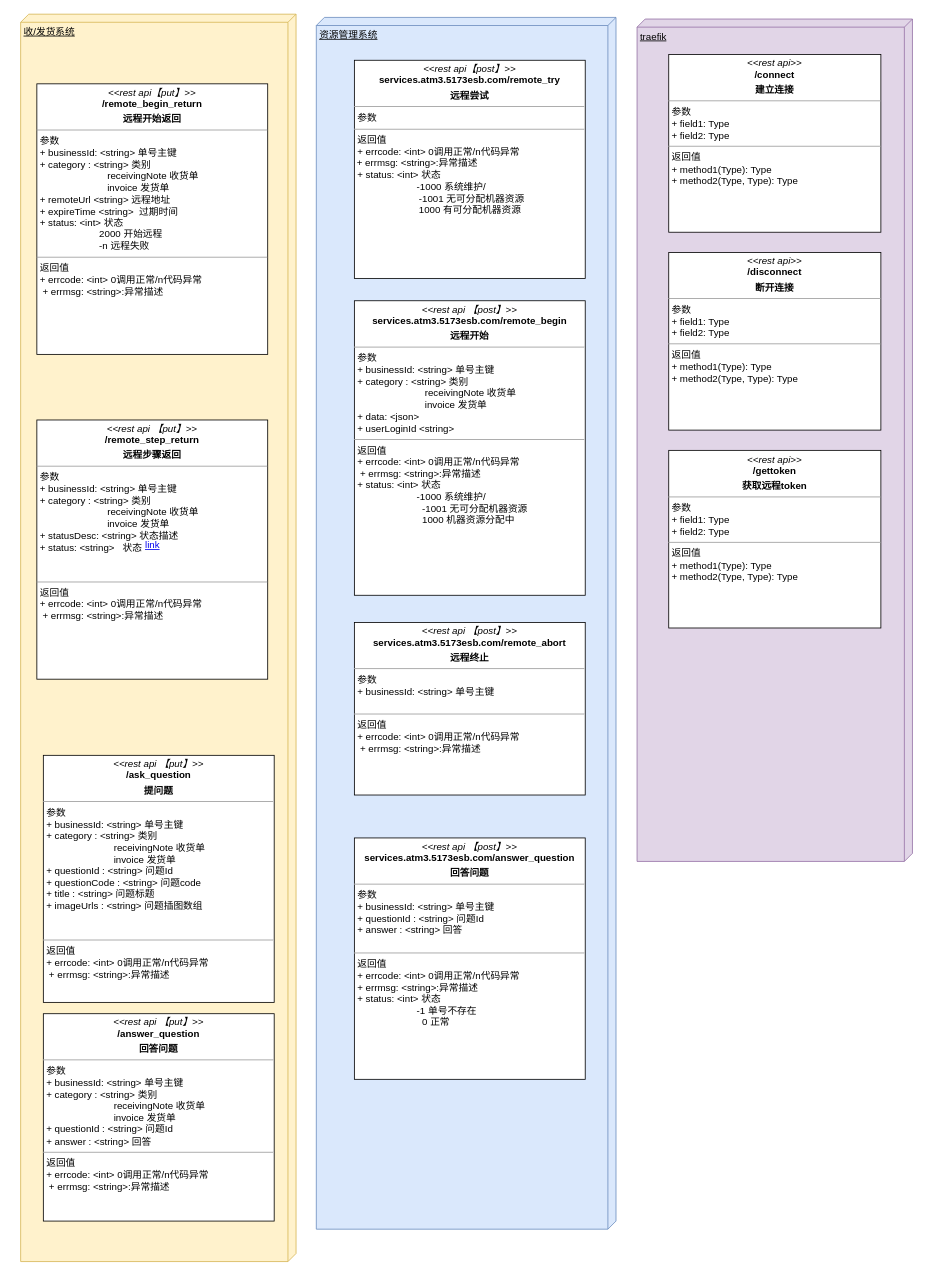
Earlier version of the draw.io diagram 接口.drawio (yelisheng/atm-design). Source tidied: cells renumbered, new cells numbered last; positions are measured from the earlier drawing's top-left corner, leaving out a move shared by most shapes. Both pictures are drawn from the tidied source at 81%, with x=0, y=0 at pixel (20, 14).
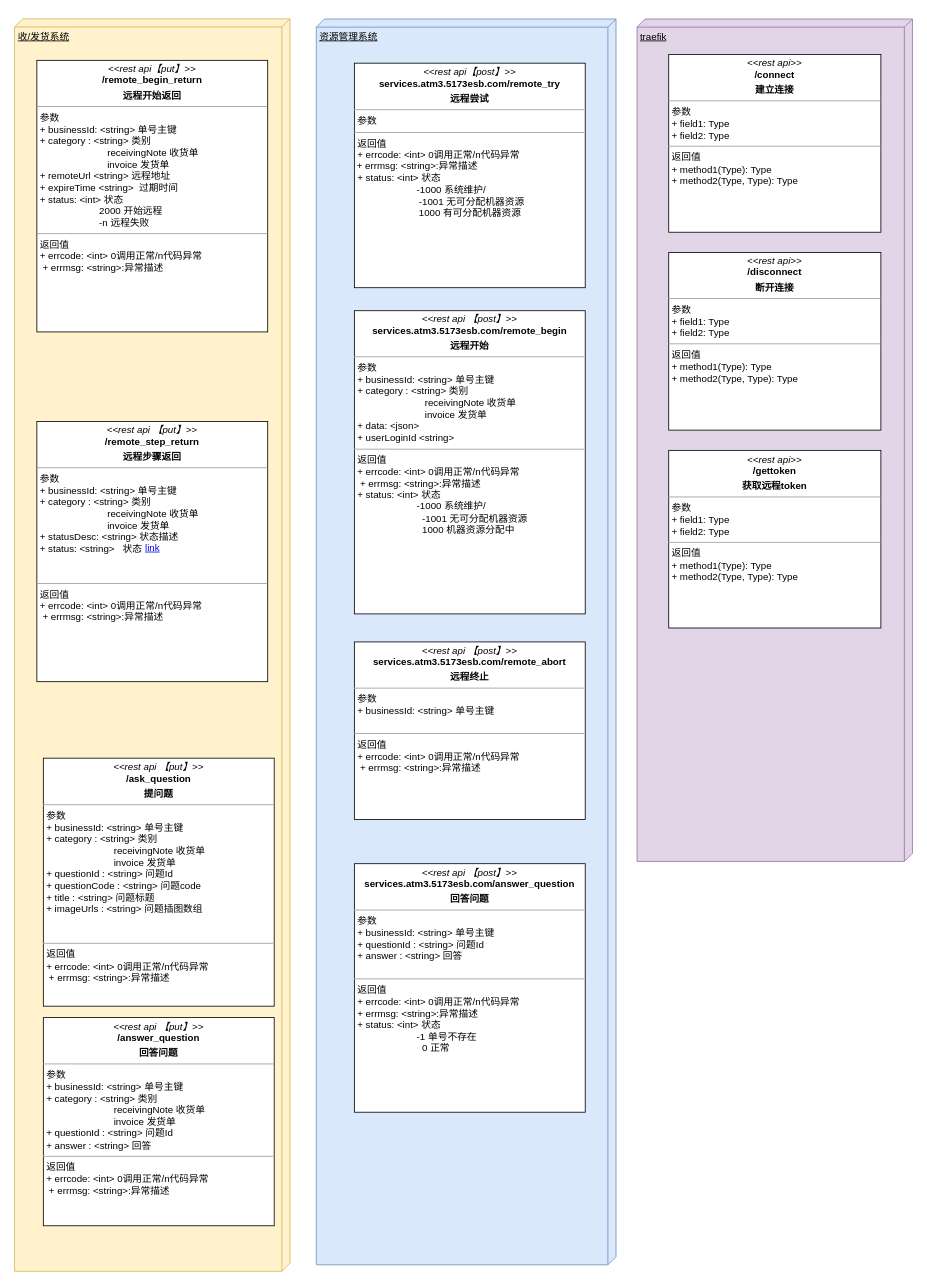
The same page after the edit.

Diff of the diagram source:
```diff
@@
+    <mxCell id="6" value="收/发货系统" style="verticalAlign=top;align=left;spacingTop=8;spacingLeft=2;spacingRight=12;shape=cube;size=10;direction=south;fontStyle=4;html=1;fillColor=#fff2cc;strokeColor=#d6b656;" parent="1" vertex="1">
+      <mxGeometry x="-7.5" y="5.8" width="340" height="1546.2" as="geometry" />
+    </mxCell>
@@
     <mxCell id="5" style="group;" parent="1" vertex="1">
-      <mxGeometry y="50" width="340" height="1490" as="geometry" />
+      <mxGeometry y="50" width="340" height="1496" as="geometry" />
     </mxCell>
-    <mxCell id="6" value="收/发货系统" style="verticalAlign=top;align=left;spacingTop=8;spacingLeft=2;spacingRight=12;shape=cube;size=10;direction=south;fontStyle=4;html=1;fillColor=#fff2cc;strokeColor=#d6b656;" parent="5" vertex="1">
-      <mxGeometry y="-50" width="340" height="1540" as="geometry" />
-    </mxCell>
     <mxCell id="7" value="&lt;p style=&quot;margin: 0px ; margin-top: 4px ; text-align: center&quot;&gt;&lt;i&gt;&amp;lt;&amp;lt;rest api【put】&amp;gt;&amp;gt;&lt;/i&gt;&lt;br&gt;&lt;b&gt;/remote_begin_return&lt;/b&gt;&lt;/p&gt;&lt;p style=&quot;margin: 0px ; margin-top: 4px ; text-align: center&quot;&gt;&lt;b&gt;远程开始返回&lt;/b&gt;&lt;/p&gt;&lt;hr size=&quot;1&quot;&gt;&lt;p style=&quot;margin: 0px ; margin-left: 4px&quot;&gt;参数&lt;/p&gt;&lt;p style=&quot;margin: 0px 0px 0px 4px&quot;&gt;+ businessId: &amp;lt;string&amp;gt; 单号主键&lt;/p&gt;&lt;p style=&quot;margin: 0px 0px 0px 4px&quot;&gt;+ category : &amp;lt;string&amp;gt; 类别&amp;nbsp;&lt;/p&gt;&lt;p style=&quot;margin: 0px 0px 0px 4px&quot;&gt;&amp;nbsp; &amp;nbsp; &amp;nbsp; &amp;nbsp; &amp;nbsp; &amp;nbsp; &amp;nbsp; &amp;nbsp; &amp;nbsp; &amp;nbsp; &amp;nbsp; &amp;nbsp; &amp;nbsp;receivingNote 收货单&lt;/p&gt;&lt;p style=&quot;margin: 0px 0px 0px 4px&quot;&gt;&amp;nbsp; &amp;nbsp; &amp;nbsp; &amp;nbsp; &amp;nbsp; &amp;nbsp; &amp;nbsp; &amp;nbsp; &amp;nbsp; &amp;nbsp; &amp;nbsp; &amp;nbsp; &amp;nbsp;invoice 发货单&lt;/p&gt;&lt;p style=&quot;margin: 0px 0px 0px 4px&quot;&gt;+ remoteUrl &amp;lt;string&amp;gt; 远程地址&lt;/p&gt;&lt;p style=&quot;margin: 0px 0px 0px 4px&quot;&gt;+ expireTime &amp;lt;string&amp;gt;&amp;nbsp; 过期时间&lt;/p&gt;&lt;p style=&quot;margin: 0px 0px 0px 4px&quot;&gt;+ status:&lt;span&gt;&amp;nbsp;&lt;/span&gt;&lt;span&gt;&amp;lt;int&amp;gt; 状态&amp;nbsp;&lt;/span&gt;&lt;/p&gt;&lt;p style=&quot;margin: 0px 0px 0px 4px&quot;&gt;&lt;span style=&quot;font-family: , , &amp;#34;pingfang sc&amp;#34; , &amp;#34;helvetica&amp;#34; , &amp;#34;tahoma&amp;#34; , &amp;#34;arial&amp;#34; , &amp;#34;hiragino sans gb&amp;#34; , &amp;#34;microsoft yahei&amp;#34; , &amp;#34;simsun&amp;#34; , &amp;#34;heiti&amp;#34; , sans-serif ; white-space: pre-wrap ; background-color: rgb(255 , 255 , 255)&quot;&gt;                      2000 开始远程&lt;/span&gt;&lt;span&gt;&lt;br&gt;&lt;/span&gt;&lt;/p&gt;&lt;p style=&quot;margin: 0px 0px 0px 4px&quot;&gt;&amp;nbsp; &amp;nbsp; &amp;nbsp; &amp;nbsp; &amp;nbsp; &amp;nbsp; &amp;nbsp; &amp;nbsp; &amp;nbsp; &amp;nbsp; &amp;nbsp; -n 远程失败&lt;/p&gt;&lt;hr size=&quot;1&quot;&gt;&lt;p style=&quot;margin: 0px ; margin-left: 4px&quot;&gt;返回值&lt;/p&gt;&lt;p style=&quot;margin: 0px 0px 0px 4px&quot;&gt;+ errcode: &amp;lt;int&amp;gt; 0调用正常/n代码异常&amp;nbsp;&lt;/p&gt;&lt;p style=&quot;margin: 0px ; margin-left: 4px&quot;&gt;&amp;nbsp;+&amp;nbsp;errmsg: &amp;lt;string&amp;gt;:异常描述&lt;br&gt;&lt;/p&gt;" style="verticalAlign=top;align=left;overflow=fill;fontSize=12;fontFamily=Helvetica;html=1;" parent="5" vertex="1">
-      <mxGeometry x="20" y="36" width="285" height="334" as="geometry" />
+      <mxGeometry x="20" y="7" width="285" height="335.3" as="geometry" />
     </mxCell>
     <mxCell id="8" value="&lt;p style=&quot;margin: 0px ; margin-top: 4px ; text-align: center&quot;&gt;&lt;i&gt;&amp;lt;&amp;lt;rest api 【put】&amp;gt;&amp;gt;&lt;/i&gt;&lt;br&gt;&lt;b&gt;/remote_step_return&lt;/b&gt;&lt;/p&gt;&lt;p style=&quot;margin: 0px ; margin-top: 4px ; text-align: center&quot;&gt;&lt;b&gt;远程步骤返回&lt;/b&gt;&lt;/p&gt;&lt;hr size=&quot;1&quot;&gt;&lt;p style=&quot;margin: 0px ; margin-left: 4px&quot;&gt;参数&lt;/p&gt;&lt;p style=&quot;margin: 0px 0px 0px 4px&quot;&gt;+ businessId: &amp;lt;string&amp;gt; 单号主键&lt;/p&gt;&lt;p style=&quot;margin: 0px 0px 0px 4px&quot;&gt;+ category : &amp;lt;string&amp;gt; 类别&amp;nbsp;&lt;/p&gt;&lt;p style=&quot;margin: 0px 0px 0px 4px&quot;&gt;&amp;nbsp; &amp;nbsp; &amp;nbsp; &amp;nbsp; &amp;nbsp; &amp;nbsp; &amp;nbsp; &amp;nbsp; &amp;nbsp; &amp;nbsp; &amp;nbsp; &amp;nbsp; &amp;nbsp;receivingNote 收货单&lt;/p&gt;&lt;p style=&quot;margin: 0px 0px 0px 4px&quot;&gt;&amp;nbsp; &amp;nbsp; &amp;nbsp; &amp;nbsp; &amp;nbsp; &amp;nbsp; &amp;nbsp; &amp;nbsp; &amp;nbsp; &amp;nbsp; &amp;nbsp; &amp;nbsp; &amp;nbsp;invoice 发货单&lt;/p&gt;&lt;p style=&quot;margin: 0px 0px 0px 4px&quot;&gt;+ statusDesc: &amp;lt;string&amp;gt; 状态描述&lt;/p&gt;&lt;p style=&quot;margin: 0px 0px 0px 4px&quot;&gt;+ status: &amp;lt;string&amp;gt;&amp;nbsp; &amp;nbsp;状态&lt;/p&gt;&lt;p style=&quot;margin: 0px 0px 0px 4px&quot;&gt;&amp;nbsp; &amp;nbsp; &amp;nbsp; &amp;nbsp; &amp;nbsp; &amp;nbsp; &amp;nbsp; &amp;nbsp;&lt;/p&gt;&lt;p style=&quot;margin: 0px 0px 0px 4px&quot;&gt;&amp;nbsp; &amp;nbsp; &amp;nbsp; &amp;nbsp; &amp;nbsp; &amp;nbsp; &amp;nbsp; &amp;nbsp;&lt;/p&gt;&lt;hr size=&quot;1&quot;&gt;&lt;p style=&quot;margin: 0px ; margin-left: 4px&quot;&gt;返回值&lt;/p&gt;&lt;p style=&quot;margin: 0px 0px 0px 4px&quot;&gt;+ errcode: &amp;lt;int&amp;gt; 0调用正常/n代码异常&amp;nbsp;&lt;/p&gt;&lt;p style=&quot;margin: 0px 0px 0px 4px&quot;&gt;&amp;nbsp;+&amp;nbsp;errmsg: &amp;lt;string&amp;gt;:异常描述&lt;/p&gt;" style="verticalAlign=top;align=left;overflow=fill;fontSize=12;fontFamily=Helvetica;html=1;" parent="5" vertex="1">
-      <mxGeometry x="20" y="451" width="285" height="320" as="geometry" />
+      <mxGeometry x="20" y="452.8" width="285" height="321.3" as="geometry" />
     </mxCell>
     <mxCell id="9" value="&lt;p style=&quot;margin: 0px ; margin-top: 4px ; text-align: center&quot;&gt;&lt;i&gt;&amp;lt;&amp;lt;rest api 【put】&amp;gt;&amp;gt;&lt;/i&gt;&lt;br&gt;&lt;b&gt;/ask_question&lt;/b&gt;&lt;/p&gt;&lt;p style=&quot;margin: 0px ; margin-top: 4px ; text-align: center&quot;&gt;&lt;b&gt;提问题&lt;/b&gt;&lt;/p&gt;&lt;hr size=&quot;1&quot;&gt;&lt;p style=&quot;margin: 0px ; margin-left: 4px&quot;&gt;参数&lt;/p&gt;&lt;p style=&quot;margin: 0px 0px 0px 4px&quot;&gt;+ businessId: &amp;lt;string&amp;gt; 单号主键&lt;/p&gt;&lt;p style=&quot;margin: 0px 0px 0px 4px&quot;&gt;+ category : &amp;lt;string&amp;gt; 类别&amp;nbsp;&lt;/p&gt;&lt;p style=&quot;margin: 0px 0px 0px 4px&quot;&gt;&amp;nbsp; &amp;nbsp; &amp;nbsp; &amp;nbsp; &amp;nbsp; &amp;nbsp; &amp;nbsp; &amp;nbsp; &amp;nbsp; &amp;nbsp; &amp;nbsp; &amp;nbsp; &amp;nbsp;receivingNote 收货单&lt;/p&gt;&lt;p style=&quot;margin: 0px 0px 0px 4px&quot;&gt;&amp;nbsp; &amp;nbsp; &amp;nbsp; &amp;nbsp; &amp;nbsp; &amp;nbsp; &amp;nbsp; &amp;nbsp; &amp;nbsp; &amp;nbsp; &amp;nbsp; &amp;nbsp; &amp;nbsp;invoice 发货单&lt;/p&gt;&lt;p style=&quot;margin: 0px 0px 0px 4px&quot;&gt;+ questionId : &amp;lt;string&amp;gt; 问题Id&amp;nbsp;&lt;br&gt;&lt;/p&gt;&lt;p style=&quot;margin: 0px 0px 0px 4px&quot;&gt;+ questionCode : &amp;lt;string&amp;gt; 问题code&lt;/p&gt;&lt;p style=&quot;margin: 0px 0px 0px 4px&quot;&gt;+ title : &amp;lt;string&amp;gt; 问题标题&lt;/p&gt;&lt;p style=&quot;margin: 0px 0px 0px 4px&quot;&gt;+ imageUrls : &amp;lt;string&amp;gt; 问题插图数组&lt;/p&gt;&lt;p style=&quot;margin: 0px 0px 0px 4px&quot;&gt;&amp;nbsp;&lt;br&gt;&lt;/p&gt;&lt;p style=&quot;margin: 0px ; margin-left: 4px&quot;&gt;&lt;br&gt;&lt;/p&gt;&lt;hr size=&quot;1&quot;&gt;&lt;p style=&quot;margin: 0px 0px 0px 4px&quot;&gt;返回值&lt;/p&gt;&lt;p style=&quot;margin: 0px 0px 0px 4px&quot;&gt;+ errcode: &amp;lt;int&amp;gt; 0调用正常/n代码异常&amp;nbsp;&lt;/p&gt;&lt;p style=&quot;margin: 0px 0px 0px 4px&quot;&gt;&amp;nbsp;+&amp;nbsp;errmsg: &amp;lt;string&amp;gt;:异常描述&lt;/p&gt;" style="verticalAlign=top;align=left;overflow=fill;fontSize=12;fontFamily=Helvetica;html=1;" parent="5" vertex="1">
-      <mxGeometry x="28" y="865" width="285" height="305" as="geometry" />
+      <mxGeometry x="28" y="868.5" width="285" height="306.2" as="geometry" />
     </mxCell>
     <mxCell id="10" value="&lt;p style=&quot;margin: 0px ; margin-top: 4px ; text-align: center&quot;&gt;&lt;i&gt;&amp;lt;&amp;lt;rest api 【put】&amp;gt;&amp;gt;&lt;/i&gt;&lt;br&gt;&lt;b&gt;/answer_question&lt;/b&gt;&lt;/p&gt;&lt;p style=&quot;margin: 0px ; margin-top: 4px ; text-align: center&quot;&gt;&lt;b&gt;回答问题&lt;/b&gt;&lt;/p&gt;&lt;hr size=&quot;1&quot;&gt;&lt;p style=&quot;margin: 0px 0px 0px 4px&quot;&gt;参数&lt;/p&gt;&lt;p style=&quot;margin: 0px 0px 0px 4px&quot;&gt;+ businessId: &amp;lt;string&amp;gt; 单号主键&lt;/p&gt;&lt;p style=&quot;margin: 0px 0px 0px 4px&quot;&gt;+ category : &amp;lt;string&amp;gt; 类别&amp;nbsp;&lt;/p&gt;&lt;p style=&quot;margin: 0px 0px 0px 4px&quot;&gt;&amp;nbsp; &amp;nbsp; &amp;nbsp; &amp;nbsp; &amp;nbsp; &amp;nbsp; &amp;nbsp; &amp;nbsp; &amp;nbsp; &amp;nbsp; &amp;nbsp; &amp;nbsp; &amp;nbsp;receivingNote 收货单&lt;/p&gt;&lt;p style=&quot;margin: 0px 0px 0px 4px&quot;&gt;&amp;nbsp; &amp;nbsp; &amp;nbsp; &amp;nbsp; &amp;nbsp; &amp;nbsp; &amp;nbsp; &amp;nbsp; &amp;nbsp; &amp;nbsp; &amp;nbsp; &amp;nbsp; &amp;nbsp;invoice 发货单&lt;/p&gt;&lt;p style=&quot;margin: 0px 0px 0px 4px&quot;&gt;+ questionId : &amp;lt;string&amp;gt; 问题Id&amp;nbsp;&lt;/p&gt;&lt;p style=&quot;margin: 0px 0px 0px 4px&quot;&gt;+ answer : &amp;lt;string&amp;gt; 回答&lt;/p&gt;&lt;hr size=&quot;1&quot;&gt;&lt;p style=&quot;margin: 0px 0px 0px 4px&quot;&gt;返回值&lt;/p&gt;&lt;p style=&quot;margin: 0px 0px 0px 4px&quot;&gt;+ errcode: &amp;lt;int&amp;gt; 0调用正常/n代码异常&amp;nbsp;&lt;/p&gt;&lt;p style=&quot;margin: 0px 0px 0px 4px&quot;&gt;&amp;nbsp;+&amp;nbsp;errmsg: &amp;lt;string&amp;gt;:异常描述&lt;/p&gt;" style="verticalAlign=top;align=left;overflow=fill;fontSize=12;fontFamily=Helvetica;html=1;" parent="5" vertex="1">
-      <mxGeometry x="28" y="1184" width="285" height="256" as="geometry" />
+      <mxGeometry x="28" y="1188.8" width="285" height="257" as="geometry" />
     </mxCell>
     <mxCell id="11" value="&lt;div style=&quot;text-align: left&quot;&gt;link&lt;/div&gt;" style="text;html=1;strokeColor=none;fillColor=none;whiteSpace=wrap;align=center;verticalAlign=middle;fontColor=#0000EE;fontStyle=4;" parent="5" vertex="1">
-      <mxGeometry x="132.5" y="586" width="60" height="40" as="geometry" />
+      <mxGeometry x="132.5" y="588.4" width="60" height="40.2" as="geometry" />
     </mxCell>
     <mxCell id="12" style="group;" parent="1" vertex="1">
-      <mxGeometry x="365" y="4" width="370" height="1496" as="geometry" />
+      <mxGeometry x="365" y="6" width="370" height="1540" as="geometry" />
     </mxCell>
     <mxCell id="13" value="资源管理系统" style="verticalAlign=top;align=left;spacingTop=8;spacingLeft=2;spacingRight=12;shape=cube;size=10;direction=south;fontStyle=4;html=1;fillColor=#dae8fc;strokeColor=#6c8ebf;" parent="12" vertex="1">
-      <mxGeometry width="370" height="1496" as="geometry" />
+      <mxGeometry width="370" height="1538" as="geometry" />
     </mxCell>
     <mxCell id="14" value="&lt;p style=&quot;margin: 0px ; margin-top: 4px ; text-align: center&quot;&gt;&lt;i&gt;&amp;lt;&amp;lt;rest api【post】&amp;gt;&amp;gt;&lt;/i&gt;&lt;br&gt;&lt;b&gt;services.atm3.5173esb.com/remote_try&lt;/b&gt;&lt;/p&gt;&lt;p style=&quot;margin: 0px ; margin-top: 4px ; text-align: center&quot;&gt;&lt;b&gt;远程尝试&lt;/b&gt;&lt;/p&gt;&lt;hr size=&quot;1&quot;&gt;&lt;p style=&quot;margin: 0px ; margin-left: 4px&quot;&gt;参数&lt;/p&gt;&lt;hr size=&quot;1&quot;&gt;&lt;p style=&quot;margin: 0px ; margin-left: 4px&quot;&gt;返回值&lt;/p&gt;&lt;p style=&quot;margin: 0px ; margin-left: 4px&quot;&gt;+ errcode: &amp;lt;int&amp;gt; 0调用正常/n代码异常&amp;nbsp;&lt;/p&gt;&amp;nbsp;+&amp;nbsp;&lt;span&gt;errmsg: &amp;lt;string&amp;gt;:异常描述&lt;/span&gt;&lt;br&gt;&lt;p style=&quot;margin: 0px ; margin-left: 4px&quot;&gt;+ status: &amp;lt;int&amp;gt; 状态&amp;nbsp;&lt;/p&gt;&lt;p style=&quot;margin: 0px ; margin-left: 4px&quot;&gt;&amp;nbsp; &amp;nbsp; &amp;nbsp; &amp;nbsp; &amp;nbsp; &amp;nbsp; &amp;nbsp; &amp;nbsp; &amp;nbsp; &amp;nbsp; &amp;nbsp; -1000 系统维护/&lt;/p&gt;&amp;nbsp; &amp;nbsp; &amp;nbsp; &amp;nbsp; &amp;nbsp; &amp;nbsp; &amp;nbsp; &amp;nbsp; &amp;nbsp; &amp;nbsp; &amp;nbsp; &amp;nbsp; -1001 无可分配机器资源&lt;br&gt;&amp;nbsp; &amp;nbsp; &amp;nbsp; &amp;nbsp; &amp;nbsp; &amp;nbsp; &amp;nbsp; &amp;nbsp; &amp;nbsp; &amp;nbsp; &amp;nbsp; &amp;nbsp; 1000 有可分配机器资源&lt;br&gt;&lt;p style=&quot;margin: 0px ; margin-left: 4px&quot;&gt;&amp;nbsp;&amp;nbsp;&lt;/p&gt;" style="verticalAlign=top;align=left;overflow=fill;fontSize=12;fontFamily=Helvetica;html=1;" parent="12" vertex="1">
-      <mxGeometry x="47" y="52.9" width="285" height="269.3" as="geometry" />
+      <mxGeometry x="47" y="54.5" width="285" height="277.2" as="geometry" />
     </mxCell>
     <mxCell id="15" value="&lt;p style=&quot;margin: 0px ; margin-top: 4px ; text-align: center&quot;&gt;&lt;i&gt;&amp;lt;&amp;lt;rest api 【post】&amp;gt;&amp;gt;&lt;/i&gt;&lt;br&gt;&lt;b&gt;services.atm3.5173esb.com/remote_begin&lt;/b&gt;&lt;/p&gt;&lt;p style=&quot;margin: 0px ; margin-top: 4px ; text-align: center&quot;&gt;&lt;b&gt;远程开始&lt;/b&gt;&lt;/p&gt;&lt;hr size=&quot;1&quot;&gt;&lt;p style=&quot;margin: 0px ; margin-left: 4px&quot;&gt;参数&lt;/p&gt;&lt;p style=&quot;margin: 0px ; margin-left: 4px&quot;&gt;+ businessId: &amp;lt;string&amp;gt; 单号主键&lt;/p&gt;&lt;p style=&quot;margin: 0px ; margin-left: 4px&quot;&gt;+ category : &amp;lt;string&amp;gt; 类别&amp;nbsp;&lt;/p&gt;&lt;p style=&quot;margin: 0px ; margin-left: 4px&quot;&gt;&amp;nbsp; &amp;nbsp; &amp;nbsp; &amp;nbsp; &amp;nbsp; &amp;nbsp; &amp;nbsp; &amp;nbsp; &amp;nbsp; &amp;nbsp; &amp;nbsp; &amp;nbsp; &amp;nbsp;receivingNote 收货单&lt;/p&gt;&lt;p style=&quot;margin: 0px ; margin-left: 4px&quot;&gt;&amp;nbsp; &amp;nbsp; &amp;nbsp; &amp;nbsp; &amp;nbsp; &amp;nbsp; &amp;nbsp; &amp;nbsp; &amp;nbsp; &amp;nbsp; &amp;nbsp; &amp;nbsp; &amp;nbsp;invoice 发货单&lt;br&gt;+ data: &amp;lt;json&amp;gt;&lt;/p&gt;&lt;p style=&quot;margin: 0px ; margin-left: 4px&quot;&gt;+ userLoginId &amp;lt;string&amp;gt;&lt;/p&gt;&lt;hr size=&quot;1&quot;&gt;&lt;p style=&quot;margin: 0px ; margin-left: 4px&quot;&gt;返回值&lt;/p&gt;&lt;p style=&quot;margin: 0px 0px 0px 4px&quot;&gt;+ errcode: &amp;lt;int&amp;gt; 0调用正常/n代码异常&amp;nbsp;&lt;/p&gt;&lt;p style=&quot;margin: 0px ; margin-left: 4px&quot;&gt;&amp;nbsp;+&amp;nbsp;errmsg: &amp;lt;string&amp;gt;:异常描述&lt;br&gt;&lt;/p&gt;&lt;p style=&quot;margin: 0px 0px 0px 4px&quot;&gt;+ status: &amp;lt;int&amp;gt; 状态&amp;nbsp;&lt;/p&gt;&lt;p style=&quot;margin: 0px 0px 0px 4px&quot;&gt;&amp;nbsp; &amp;nbsp; &amp;nbsp; &amp;nbsp; &amp;nbsp; &amp;nbsp; &amp;nbsp; &amp;nbsp; &amp;nbsp; &amp;nbsp; &amp;nbsp; -1000 系统维护/&lt;/p&gt;&lt;p style=&quot;margin: 0px ; margin-left: 4px&quot;&gt;&amp;nbsp; &amp;nbsp; &amp;nbsp; &amp;nbsp; &amp;nbsp; &amp;nbsp; &amp;nbsp; &amp;nbsp; &amp;nbsp; &amp;nbsp; &amp;nbsp; &amp;nbsp; -1001 无可分配机器资源&lt;br&gt;&amp;nbsp; &amp;nbsp; &amp;nbsp; &amp;nbsp; &amp;nbsp; &amp;nbsp; &amp;nbsp; &amp;nbsp; &amp;nbsp; &amp;nbsp; &amp;nbsp; &amp;nbsp; 1000 机器资源分配中&lt;br&gt;&lt;/p&gt;" style="verticalAlign=top;align=left;overflow=fill;fontSize=12;fontFamily=Helvetica;html=1;" parent="12" vertex="1">
-      <mxGeometry x="47" y="349.8" width="285" height="363.6" as="geometry" />
+      <mxGeometry x="47" y="360.1" width="285" height="374.3" as="geometry" />
     </mxCell>
     <mxCell id="16" value="&lt;p style=&quot;margin: 0px ; margin-top: 4px ; text-align: center&quot;&gt;&lt;i&gt;&amp;lt;&amp;lt;rest api 【post】&amp;gt;&amp;gt;&lt;/i&gt;&lt;br&gt;&lt;b&gt;services.atm3.5173esb.com/remote_abort&lt;/b&gt;&lt;/p&gt;&lt;p style=&quot;margin: 0px ; margin-top: 4px ; text-align: center&quot;&gt;&lt;b&gt;远程终止&lt;/b&gt;&lt;/p&gt;&lt;hr size=&quot;1&quot;&gt;&lt;p style=&quot;margin: 0px ; margin-left: 4px&quot;&gt;参数&lt;/p&gt;&lt;p style=&quot;margin: 0px 0px 0px 4px&quot;&gt;+ businessId: &amp;lt;string&amp;gt; 单号主键&lt;/p&gt;&lt;p style=&quot;margin: 0px 0px 0px 4px&quot;&gt;&lt;br&gt;&lt;/p&gt;&lt;hr size=&quot;1&quot;&gt;&lt;p style=&quot;margin: 0px ; margin-left: 4px&quot;&gt;返回值&lt;/p&gt;&lt;p style=&quot;margin: 0px 0px 0px 4px&quot;&gt;+ errcode: &amp;lt;int&amp;gt; 0调用正常/n代码异常&amp;nbsp;&lt;/p&gt;&lt;p style=&quot;margin: 0px 0px 0px 4px&quot;&gt;&amp;nbsp;+&amp;nbsp;errmsg: &amp;lt;string&amp;gt;:异常描述&lt;/p&gt;" style="verticalAlign=top;align=left;overflow=fill;fontSize=12;fontFamily=Helvetica;html=1;" parent="12" vertex="1">
-      <mxGeometry x="47" y="747" width="285" height="213" as="geometry" />
+      <mxGeometry x="47" y="769" width="285" height="219.3" as="geometry" />
     </mxCell>
     <mxCell id="17" value="&lt;p style=&quot;margin: 0px ; margin-top: 4px ; text-align: center&quot;&gt;&lt;i&gt;&amp;lt;&amp;lt;rest api 【post】&amp;gt;&amp;gt;&lt;/i&gt;&lt;br&gt;&lt;b&gt;services.atm3.5173esb.com/answer_question&lt;/b&gt;&lt;/p&gt;&lt;p style=&quot;margin: 0px ; margin-top: 4px ; text-align: center&quot;&gt;&lt;b&gt;回答问题&lt;/b&gt;&lt;/p&gt;&lt;hr size=&quot;1&quot;&gt;&lt;p style=&quot;margin: 0px ; margin-left: 4px&quot;&gt;参数&lt;/p&gt;&lt;p style=&quot;margin: 0px 0px 0px 4px&quot;&gt;+ businessId: &amp;lt;string&amp;gt; 单号主键&lt;/p&gt;&lt;p style=&quot;margin: 0px 0px 0px 4px&quot;&gt;+ questionId : &amp;lt;string&amp;gt; 问题Id&amp;nbsp;&lt;/p&gt;&lt;p style=&quot;margin: 0px 0px 0px 4px&quot;&gt;&lt;span&gt;+ answer : &amp;lt;string&amp;gt; 回答&lt;/span&gt;&lt;/p&gt;&lt;p style=&quot;margin: 0px 0px 0px 4px&quot;&gt;&amp;nbsp; &amp;nbsp; &amp;nbsp; &amp;nbsp; &amp;nbsp; &amp;nbsp; &amp;nbsp;&amp;nbsp;&lt;br&gt;&lt;/p&gt;&lt;hr size=&quot;1&quot;&gt;&lt;p style=&quot;margin: 0px ; margin-left: 4px&quot;&gt;返回值&lt;/p&gt;&lt;p style=&quot;margin: 0px 0px 0px 4px&quot;&gt;+ errcode: &amp;lt;int&amp;gt; 0调用正常/n代码异常&amp;nbsp;&lt;/p&gt;&lt;p style=&quot;margin: 0px 0px 0px 4px&quot;&gt;+&amp;nbsp;errmsg: &amp;lt;string&amp;gt;:异常描述&lt;br&gt;&lt;/p&gt;&lt;p style=&quot;margin: 0px 0px 0px 4px&quot;&gt;+ status: &amp;lt;int&amp;gt; 状态&amp;nbsp;&lt;/p&gt;&lt;p style=&quot;margin: 0px 0px 0px 4px&quot;&gt;&amp;nbsp; &amp;nbsp; &amp;nbsp; &amp;nbsp; &amp;nbsp; &amp;nbsp; &amp;nbsp; &amp;nbsp; &amp;nbsp; &amp;nbsp; &amp;nbsp; -1 单号不存在&lt;/p&gt;&lt;p style=&quot;margin: 0px 0px 0px 4px&quot;&gt;&amp;nbsp; &amp;nbsp; &amp;nbsp; &amp;nbsp; &amp;nbsp; &amp;nbsp; &amp;nbsp; &amp;nbsp; &amp;nbsp; &amp;nbsp; &amp;nbsp; &amp;nbsp; 0 正常&lt;br&gt;&amp;nbsp; &amp;nbsp; &amp;nbsp; &amp;nbsp; &amp;nbsp; &amp;nbsp; &amp;nbsp; &amp;nbsp; &amp;nbsp; &amp;nbsp; &amp;nbsp; &amp;nbsp;&amp;nbsp;&lt;/p&gt;" style="verticalAlign=top;align=left;overflow=fill;fontSize=12;fontFamily=Helvetica;html=1;" parent="12" vertex="1">
-      <mxGeometry x="47" y="1013" width="285" height="298" as="geometry" />
+      <mxGeometry x="47" y="1042.8" width="285" height="306.8" as="geometry" />
     </mxCell>
```
